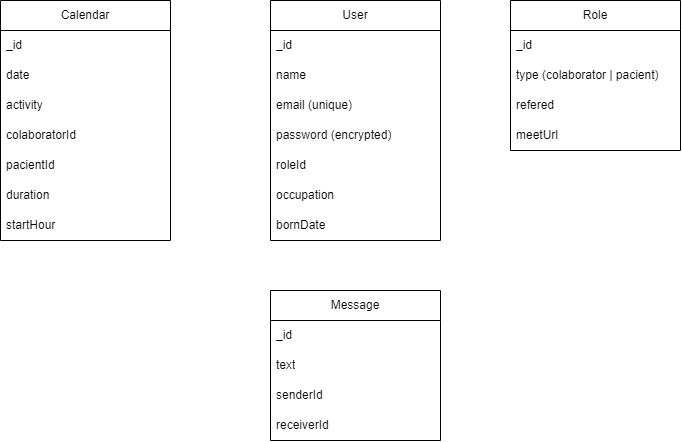
The draw.io diagram public/demo.drawio.png in No-Country/c9-50-ft-mern, before a commit. Source tidied: cells renumbered, new cells last; positions are measured from the earlier drawing's top-left corner, leaving out a move shared by most shapes. The source it was exported from:
```xml
<mxGraphModel>
  <root>
    <mxCell id="0" />
    <mxCell id="1" parent="0" />
    <mxCell id="2" value="User" style="swimlane;fontStyle=0;horizontal=1;startSize=30;whiteSpace=wrap;html=1;" parent="1" vertex="1">
      <mxGeometry x="270" width="170" height="240" as="geometry" />
    </mxCell>
    <mxCell id="3" value="_id" style="text;strokeColor=none;fillColor=none;align=left;verticalAlign=middle;spacingLeft=4;spacingRight=4;overflow=hidden;whiteSpace=wrap;html=1;" parent="2" vertex="1">
      <mxGeometry y="30" width="170" height="30" as="geometry" />
    </mxCell>
    <mxCell id="4" value="name" style="text;strokeColor=none;fillColor=none;align=left;verticalAlign=middle;spacingLeft=4;spacingRight=4;overflow=hidden;whiteSpace=wrap;html=1;" parent="2" vertex="1">
      <mxGeometry y="60" width="170" height="30" as="geometry" />
    </mxCell>
    <mxCell id="5" value="email (unique)" style="text;strokeColor=none;fillColor=none;align=left;verticalAlign=middle;spacingLeft=4;spacingRight=4;overflow=hidden;whiteSpace=wrap;html=1;" parent="2" vertex="1">
      <mxGeometry y="90" width="170" height="30" as="geometry" />
    </mxCell>
    <mxCell id="6" value="password (encrypted)" style="text;strokeColor=none;fillColor=none;align=left;verticalAlign=middle;spacingLeft=4;spacingRight=4;overflow=hidden;whiteSpace=wrap;html=1;" parent="2" vertex="1">
      <mxGeometry y="120" width="170" height="30" as="geometry" />
    </mxCell>
    <mxCell id="7" value="roleId" style="text;strokeColor=none;fillColor=none;align=left;verticalAlign=middle;spacingLeft=4;spacingRight=4;overflow=hidden;points=[[0,0.5],[1,0.5]];portConstraint=eastwest;whiteSpace=wrap;html=1;" parent="2" vertex="1">
      <mxGeometry y="150" width="170" height="30" as="geometry" />
    </mxCell>
    <mxCell id="8" value="occupation" style="text;strokeColor=none;fillColor=none;align=left;verticalAlign=middle;spacingLeft=4;spacingRight=4;overflow=hidden;points=[[0,0.5],[1,0.5]];portConstraint=eastwest;whiteSpace=wrap;html=1;" parent="2" vertex="1">
      <mxGeometry y="180" width="170" height="30" as="geometry" />
    </mxCell>
    <mxCell id="9" value="bornDate" style="text;strokeColor=none;fillColor=none;align=left;verticalAlign=middle;spacingLeft=4;spacingRight=4;overflow=hidden;whiteSpace=wrap;html=1;" parent="2" vertex="1">
      <mxGeometry y="210" width="170" height="30" as="geometry" />
    </mxCell>
    <mxCell id="10" value="Role" style="swimlane;fontStyle=0;horizontal=1;startSize=30;whiteSpace=wrap;html=1;" parent="1" vertex="1">
      <mxGeometry x="510" width="170" height="150" as="geometry" />
    </mxCell>
    <mxCell id="11" value="_id" style="text;strokeColor=none;fillColor=none;align=left;verticalAlign=middle;spacingLeft=4;spacingRight=4;overflow=hidden;whiteSpace=wrap;html=1;" parent="10" vertex="1">
      <mxGeometry y="30" width="170" height="30" as="geometry" />
    </mxCell>
    <mxCell id="12" value="type (colaborator | pacient)" style="text;strokeColor=none;fillColor=none;align=left;verticalAlign=middle;spacingLeft=4;spacingRight=4;overflow=hidden;whiteSpace=wrap;html=1;" parent="10" vertex="1">
      <mxGeometry y="60" width="170" height="30" as="geometry" />
    </mxCell>
    <mxCell id="13" value="refered" style="text;strokeColor=none;fillColor=none;align=left;verticalAlign=middle;spacingLeft=4;spacingRight=4;overflow=hidden;whiteSpace=wrap;html=1;" parent="10" vertex="1">
      <mxGeometry y="90" width="170" height="30" as="geometry" />
    </mxCell>
    <mxCell id="14" value="meetUrl" style="text;strokeColor=none;fillColor=none;align=left;verticalAlign=middle;spacingLeft=4;spacingRight=4;overflow=hidden;whiteSpace=wrap;html=1;" parent="10" vertex="1">
      <mxGeometry y="120" width="170" height="30" as="geometry" />
    </mxCell>
    <mxCell id="15" value="Calendar" style="swimlane;fontStyle=0;horizontal=1;startSize=30;whiteSpace=wrap;html=1;" parent="1" vertex="1">
      <mxGeometry width="170" height="240" as="geometry" />
    </mxCell>
    <mxCell id="16" value="_id" style="text;strokeColor=none;fillColor=none;align=left;verticalAlign=middle;spacingLeft=4;spacingRight=4;overflow=hidden;whiteSpace=wrap;html=1;" parent="15" vertex="1">
      <mxGeometry y="30" width="170" height="30" as="geometry" />
    </mxCell>
    <mxCell id="17" value="date" style="text;strokeColor=none;fillColor=none;align=left;verticalAlign=middle;spacingLeft=4;spacingRight=4;overflow=hidden;whiteSpace=wrap;html=1;" parent="15" vertex="1">
      <mxGeometry y="60" width="170" height="30" as="geometry" />
    </mxCell>
    <mxCell id="18" value="activity" style="text;strokeColor=none;fillColor=none;align=left;verticalAlign=middle;spacingLeft=4;spacingRight=4;overflow=hidden;whiteSpace=wrap;html=1;" parent="15" vertex="1">
      <mxGeometry y="90" width="170" height="30" as="geometry" />
    </mxCell>
    <mxCell id="19" value="colaboratorId" style="text;strokeColor=none;fillColor=none;align=left;verticalAlign=middle;spacingLeft=4;spacingRight=4;overflow=hidden;whiteSpace=wrap;html=1;" parent="15" vertex="1">
      <mxGeometry y="120" width="170" height="30" as="geometry" />
    </mxCell>
    <mxCell id="20" value="pacientId" style="text;strokeColor=none;fillColor=none;align=left;verticalAlign=middle;spacingLeft=4;spacingRight=4;overflow=hidden;whiteSpace=wrap;html=1;" parent="15" vertex="1">
      <mxGeometry y="150" width="170" height="30" as="geometry" />
    </mxCell>
    <mxCell id="21" value="duration" style="text;strokeColor=none;fillColor=none;align=left;verticalAlign=middle;spacingLeft=4;spacingRight=4;overflow=hidden;whiteSpace=wrap;html=1;" parent="15" vertex="1">
      <mxGeometry y="180" width="170" height="30" as="geometry" />
    </mxCell>
    <mxCell id="22" value="startHour" style="text;strokeColor=none;fillColor=none;align=left;verticalAlign=middle;spacingLeft=4;spacingRight=4;overflow=hidden;whiteSpace=wrap;html=1;" parent="15" vertex="1">
      <mxGeometry y="210" width="170" height="30" as="geometry" />
    </mxCell>
    <mxCell id="23" value="Message" style="swimlane;fontStyle=0;horizontal=1;startSize=30;whiteSpace=wrap;html=1;" parent="1" vertex="1">
      <mxGeometry x="270" y="290" width="170" height="150" as="geometry" />
    </mxCell>
    <mxCell id="24" value="_id" style="text;strokeColor=none;fillColor=none;align=left;verticalAlign=middle;spacingLeft=4;spacingRight=4;overflow=hidden;whiteSpace=wrap;html=1;" parent="23" vertex="1">
      <mxGeometry y="30" width="170" height="30" as="geometry" />
    </mxCell>
    <mxCell id="25" value="text" style="text;strokeColor=none;fillColor=none;align=left;verticalAlign=middle;spacingLeft=4;spacingRight=4;overflow=hidden;whiteSpace=wrap;html=1;" parent="23" vertex="1">
      <mxGeometry y="60" width="170" height="30" as="geometry" />
    </mxCell>
    <mxCell id="26" value="senderId" style="text;strokeColor=none;fillColor=none;align=left;verticalAlign=middle;spacingLeft=4;spacingRight=4;overflow=hidden;whiteSpace=wrap;html=1;" parent="23" vertex="1">
      <mxGeometry y="90" width="170" height="30" as="geometry" />
    </mxCell>
    <mxCell id="27" value="receiverId" style="text;strokeColor=none;fillColor=none;align=left;verticalAlign=middle;spacingLeft=4;spacingRight=4;overflow=hidden;whiteSpace=wrap;html=1;" parent="23" vertex="1">
      <mxGeometry y="120" width="170" height="30" as="geometry" />
    </mxCell>
  </root>
</mxGraphModel>
```
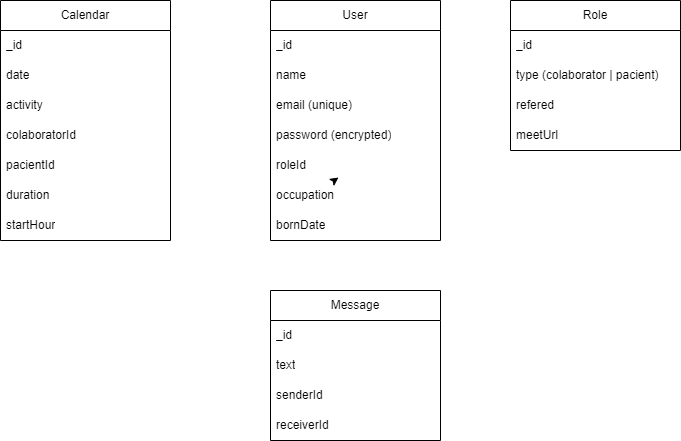
After the change.

Commit message:
all models and schemas finished(subject for changes)

Change to the diagram source:
```diff
@@ -17,6 +17,9 @@
     <mxCell id="6" value="password (encrypted)" style="text;strokeColor=none;fillColor=none;align=left;verticalAlign=middle;spacingLeft=4;spacingRight=4;overflow=hidden;whiteSpace=wrap;html=1;" parent="2" vertex="1">
       <mxGeometry y="120" width="170" height="30" as="geometry" />
     </mxCell>
+    <mxCell id="28" style="edgeStyle=none;html=1;entryX=0.4;entryY=-0.1;entryDx=0;entryDy=0;entryPerimeter=0;" parent="2" edge="1" source="7" target="8">
+      <mxGeometry relative="1" as="geometry" />
+    </mxCell>
     <mxCell id="7" value="roleId" style="text;strokeColor=none;fillColor=none;align=left;verticalAlign=middle;spacingLeft=4;spacingRight=4;overflow=hidden;points=[[0,0.5],[1,0.5]];portConstraint=eastwest;whiteSpace=wrap;html=1;" parent="2" vertex="1">
       <mxGeometry y="150" width="170" height="30" as="geometry" />
     </mxCell>
```
